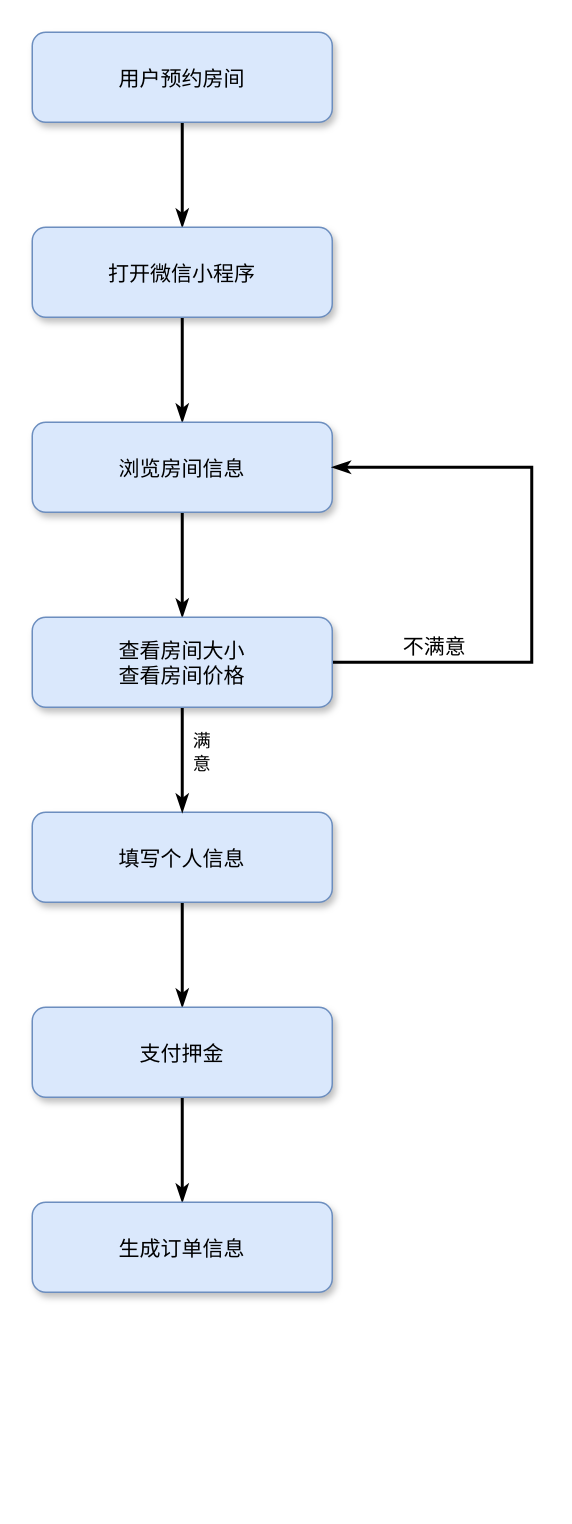
AndSonder/smart-hotel-database keeps this draw.io diagram as docs/src/客户预订.drawio. Above is the earlier version. Source tidied: cells renumbered, new cells numbered last; positions are measured from the earlier drawing's top-left corner, leaving out a move shared by most shapes. Both pictures are drawn from the tidied source at 150%, with x=0, y=0 at pixel (32, 32).
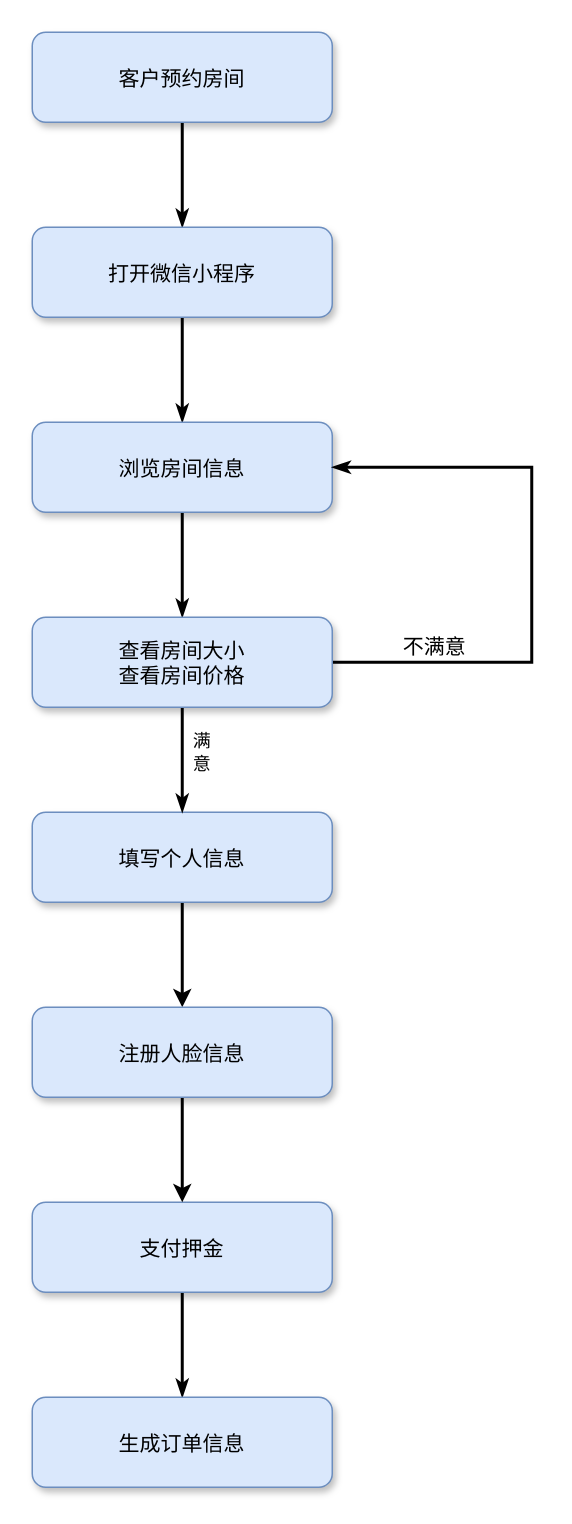
The same page after the edit.

Unchanged cells that the change refers to:
```xml
<mxCell id="9" value="填写个人信息" style="rounded=1;fillColor=#dae8fc;strokeColor=#6c8ebf;shadow=1;fontStyle=0;fontSize=14;" parent="1" vertex="1">
  <mxGeometry y="520" width="200" height="60" as="geometry" />
</mxCell>
```

What changed in the source:
```diff
@@
-    <mxCell id="3" value="用户预约房间" style="rounded=1;fillColor=#dae8fc;strokeColor=#6c8ebf;shadow=1;fontStyle=0;fontSize=14;" parent="1" vertex="1">
+    <mxCell id="3" value="客户预约房间" style="rounded=1;fillColor=#dae8fc;strokeColor=#6c8ebf;shadow=1;fontStyle=0;fontSize=14;" parent="1" vertex="1">
       <mxGeometry width="200" height="60" as="geometry" />
     </mxCell>
@@
-    <mxCell id="8" style="edgeStyle=orthogonalEdgeStyle;rounded=0;jettySize=auto;html=1;exitX=0.5;exitY=1;exitDx=0;exitDy=0;entryX=0.5;entryY=0;entryDx=0;entryDy=0;startArrow=none;startFill=0;endArrow=classicThin;endFill=1;strokeColor=#000000;strokeWidth=2;" parent="1" edge="1" source="9" target="11">
-      <mxGeometry relative="1" as="geometry" />
-    </mxCell>
+    <mxCell id="18" style="edgeStyle=orthogonalEdgeStyle;rounded=0;jettySize=auto;html=1;exitX=0.5;exitY=1;exitDx=0;exitDy=0;strokeWidth=2;" parent="1" edge="1" source="9" target="20">
+      <mxGeometry relative="1" as="geometry" />
+    </mxCell>
@@
     <mxCell id="11" value="支付押金" style="rounded=1;fillColor=#dae8fc;strokeColor=#6c8ebf;shadow=1;fontStyle=0;fontSize=14;" parent="1" vertex="1">
-      <mxGeometry y="650" width="200" height="60" as="geometry" />
+      <mxGeometry y="780" width="200" height="60" as="geometry" />
     </mxCell>
     <mxCell id="12" value="生成订单信息" style="rounded=1;fillColor=#dae8fc;strokeColor=#6c8ebf;shadow=1;fontStyle=0;fontSize=14;" parent="1" vertex="1">
-      <mxGeometry y="780" width="200" height="60" as="geometry" />
+      <mxGeometry y="910" width="200" height="60" as="geometry" />
     </mxCell>
@@
+    <mxCell id="19" style="edgeStyle=orthogonalEdgeStyle;rounded=0;jettySize=auto;html=1;exitX=0.5;exitY=1;exitDx=0;exitDy=0;strokeWidth=2;" parent="1" edge="1" source="20" target="11">
+      <mxGeometry relative="1" as="geometry" />
+    </mxCell>
+    <mxCell id="20" value="注册人脸信息" style="rounded=1;fillColor=#dae8fc;strokeColor=#6c8ebf;shadow=1;fontStyle=0;fontSize=14;" parent="1" vertex="1">
+      <mxGeometry y="650" width="200" height="60" as="geometry" />
+    </mxCell>
```
